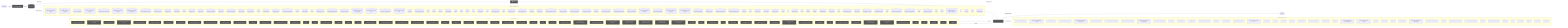
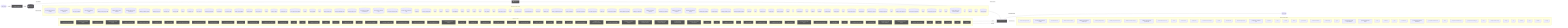
flowchart LR
  UserQ(["👤 User Query"])
  Embed["📐 Embedding Model"]
  VecDB[("📚 Vector Store")]
  Retriever["🔍 Retriever"]
  LLMNode["🧠 LLM / Generator"]
  Output(["✅ Response"])
  UserQ -->|query| Embed
  Embed -->|vector| VecDB
  VecDB -->|top-k chunks| Retriever
  Retriever -->|context + query| LLMNode
  LLMNode -->|generated answer| Output
  subgraph DetectedMemory["Detected memory stores"]
    det_detectedmemory_check_steering_feedback_contract_80134459[("check-steering-feedback-contract")]
    det_detectedmemory_normalize_workflow_contracts_8701f1c8[("normalize-workflow-contracts")]
    det_detectedmemory_sync_codex_preflight_7e7a8dc2[("sync-codex-preflight")]
    det_detectedmemory_test_harness_upgrade_matrix_84113c4e[("test-harness-upgrade-matrix")]
    det_detectedmemory_validate_prompt_context_drift_8c949ef6[("validate-prompt-context-drift")]
    det_detectedmemory_validate_runtime_packet_schemas_bc3ba8ec[("validate-runtime-packet-schemas")]
    det_detectedmemory_validate_system_prompt_gap_adoption_62d8c955[("validate-system-prompt-gap-adoption")]
    det_detectedmemory_validate_workflow_contracts_33dc063c[("validate-workflow-contracts")]
    det_detectedmemory_branch_protect_core_a8feb0fd[("branch-protect-core")]
    det_detectedmemory_ci_migrate_core_7005b5af[("ci-migrate-core")]
    det_detectedmemory_context_health_80bb7da9[("context-health")]
    det_detectedmemory_context_ea7792a2[("context")]
    det_detectedmemory_docs_gate_core_eb9b6c18[("docs-gate-core")]
    det_detectedmemory_index_context_de3ed39d[("index-context")]
    det_detectedmemory_local_memory_preflight_dcc36c42[("local-memory-preflight")]
    det_detectedmemory_memory_gate_a577a506[("memory-gate")]
+     det_detectedmemory_next_runner_state_be6fe997[("next-runner-state")]
    det_detectedmemory_pattern_scope_siblings_43abe000[("pattern-scope-siblings")]
    det_detectedmemory_review_context_ca6cf81d[("review-context")]
    det_detectedmemory_review_gate_core_4c8001f9[("review-gate-core")]
    det_detectedmemory_search_24193290[("search")]
    det_detectedmemory_session_context_e5ec72c0[("session-context")]
    det_detectedmemory_tooling_audit_core_328d6a41[("tooling-audit-core")]
    det_detectedmemory_run_local_memory_preflight_36e92808[("run-local-memory-preflight")]
    det_detectedmemory_checker_d2d2328e[("checker")]
    det_detectedmemory_context_health_1_ceb11829[("context-health")]
    det_detectedmemory_types_2_d9bc6e7a[("types")]
    det_detectedmemory_branch_protect_sync_570adb18[("branch-protect-sync")]
    det_detectedmemory_command_capability_rules_ca3f496a[("command-capability-rules")]
    det_detectedmemory_command_specs_core_1c0ffc99[("command-specs-core")]
    det_detectedmemory_local_memory_preflight_command_spec_9e23f3ce[("local-memory-preflight-command-spec")]
    det_detectedmemory_memory_gate_command_spec_dc9001a9[("memory-gate-command-spec")]
    det_detectedmemory_review_gate_command_spec_3187376a[("review-gate-command-spec")]
    det_detectedmemory_session_context_command_spec_973afbb1[("session-context-command-spec")]
    det_detectedmemory_constants_7517017f[("constants")]
    det_detectedmemory_context_compact_policy_3dcaf95d[("context-compact-policy")]
    det_detectedmemory_index_3_7e40d474[("index")]
    det_detectedmemory_indexer_70fa78e5[("indexer")]
    det_detectedmemory_init_error_5c7dd49f[("init-error")]
    det_detectedmemory_lexical_fallback_723e2b3e[("lexical-fallback")]
    det_detectedmemory_ollama_76e3c7bf[("ollama")]
    det_detectedmemory_rollout_a4fa034c[("rollout")]
    det_detectedmemory_sources_878a52fc[("sources")]
    det_detectedmemory_store_824d80d7[("store")]
    det_detectedmemory_sync_contract_c79fa191[("sync-contract")]
    det_detectedmemory_types_8_f6283648[("types")]
    det_detectedmemory_harness_run_context_ac7c77a9[("harness-run-context")]
    det_detectedmemory_index_4_013aa0e3[("index")]
    det_detectedmemory_json_schema_core_96d7e328[("json-schema-core")]
    det_detectedmemory_policy_validators_core_714a3fe7[("policy-validators-core")]
    det_detectedmemory_types_core_e405ddca[("types-core")]
    det_detectedmemory_validator_core_4358f8ba[("validator-core")]
    det_detectedmemory_archive_candidates_scanner_d0931789[("archive-candidates-scanner")]
    det_detectedmemory_archive_candidates_dc0e40e1[("archive-candidates")]
    det_detectedmemory_docs_task_eval_contract_79347457[("docs-task-eval-contract")]
    det_detectedmemory_docs_task_eval_fixtures_44902755[("docs-task-eval-fixtures")]
    det_detectedmemory_init_modes_c05ceb07[("init-modes")]
    det_detectedmemory_project_brain_templates_7ef51530[("project-brain-templates")]
    det_detectedmemory_scaffold_diagram_templates_dd88e83c[("scaffold-diagram-templates")]
    det_detectedmemory_scaffold_doc_templates_f6152330[("scaffold-doc-templates")]
    det_detectedmemory_scaffold_environment_templates_c1ceba6a[("scaffold-environment-templates")]
    det_detectedmemory_scaffold_hook_templates_8c74ab50[("scaffold-hook-templates")]
    det_detectedmemory_scaffold_root_command_templates_404fed7f[("scaffold-root-command-templates")]
    det_detectedmemory_scaffold_script_template_registry_69312d4e[("scaffold-script-template-registry")]
    det_detectedmemory_scaffold_shell_templates_0ad0f915[("scaffold-shell-templates")]
    det_detectedmemory_scaffold_surfaces_12d6494e[("scaffold-surfaces")]
    det_detectedmemory_scaffold_template_registry_b1cce2aa[("scaffold-template-registry")]
    det_detectedmemory_scaffold_workflow_template_92310587[("scaffold-workflow-template")]
    det_detectedmemory_eval_seed_5699fd3e[("eval-seed")]
    det_detectedmemory_index_10_f6785a46[("index")]
    det_detectedmemory_review_context_1_e3afed15[("review-context")]
    det_detectedmemory_memory_gate_1_265164ac[("memory-gate")]
    det_detectedmemory_branch_enforcer_acb749cd[("branch-enforcer")]
    det_detectedmemory_cli_args_5_09ea29f0[("cli-args")]
    det_detectedmemory_cli_7_dc4a9f7f[("cli")]
    det_detectedmemory_metrics_tracker_98cec29c[("metrics-tracker")]
    det_detectedmemory_types_19_eb4ad5f0[("types")]
    det_detectedmemory_validator_5_b19ac2be[("validator")]
    det_detectedmemory_classifier_fe1991a9[("classifier")]
    det_detectedmemory_tooling_baseline_50ab2eeb[("tooling-baseline")]
    det_detectedmemory_claim_helpers_20dc8387[("claim-helpers")]
    det_detectedmemory_types_24_c63dc1a7[("types")]
    det_detectedmemory_local_memory_smoke_1175abfc[("local-memory-smoke")]
    det_detectedmemory_local_memory_0db17ecc[("local-memory")]
    det_detectedmemory_performance_overload_c685bfcf[("performance-overload")]
    det_detectedmemory_suggestion_generator_0956f794[("suggestion-generator")]
    det_detectedmemory_index_12_762ec91b[("index")]
    det_detectedmemory_prompt_context_drift_report_3257a95c[("prompt-context-drift-report")]
    det_detectedmemory_prompt_context_drift_types_ba6863d4[("prompt-context-drift-types")]
    det_detectedmemory_index_13_97df39c8[("index")]
    det_detectedmemory_prompt_context_receipt_17b862b2[("prompt-context-receipt")]
    det_detectedmemory_types_31_eb363e20[("types")]
    det_detectedmemory_policy_1_fc4198db[("policy")]
    det_detectedmemory_runtime_card_codex_runtime_validation_d8ce9934[("runtime-card-codex-runtime-validation")]
    det_detectedmemory_cli_12_01c06c37[("cli")]
    det_detectedmemory_collector_0736fd5b[("collector")]
    det_detectedmemory_types_34_85e6a0bb[("types")]
    det_detectedmemory_overload_guard_2748c559[("overload-guard")]
  end
  VecDB -. "implemented by" .-> DetectedMemory
  subgraph DetectedLLM["Detected LLM clients"]
    det_detectedllm_check_codex_agent_roles_5bb2e89b["check-codex-agent-roles"]
    det_detectedllm_check_steering_feedback_contract_80134459["check-steering-feedback-contract"]
    det_detectedllm_run_harness_evals_77704768["run-harness-evals"]
    det_detectedllm_validate_decision_request_2e5c325e["validate-decision-request"]
    det_detectedllm_validate_goal_completion_audit_receipt_100d252c["validate-goal-completion-audit-receipt"]
    det_detectedllm_validate_packaged_skill_5e32c890["validate-packaged-skill"]
    det_detectedllm_validate_prompt_context_drift_8c949ef6["validate-prompt-context-drift"]
    det_detectedllm_validate_reviewer_coverage_251efee3["validate-reviewer-coverage"]
    det_detectedllm_validate_system_prompt_gap_adoption_62d8c955["validate-system-prompt-gap-adoption"]
    det_detectedllm_check_environment_core_2c16213f["check-environment-core"]
    det_detectedllm_context_ea7792a2["context"]
    det_detectedllm_index_context_de3ed39d["index-context"]
    det_detectedllm_prompt_gate_c5e9d207["prompt-gate"]
    det_detectedllm_remediate_runner_helpers_929fedcc["remediate-runner-helpers"]
    det_detectedllm_search_24193290["search"]
    det_detectedllm_context_health_1_ceb11829["context-health"]
    det_detectedllm_command_specs_core_1c0ffc99["command-specs-core"]
    det_detectedllm_prompt_gate_command_spec_9a941482["prompt-gate-command-spec"]
    det_detectedllm_constants_7517017f["constants"]
    det_detectedllm_index_3_7e40d474["index"]
    det_detectedllm_indexer_70fa78e5["indexer"]
    det_detectedllm_ollama_76e3c7bf["ollama"]
    det_detectedllm_sync_contract_c79fa191["sync-contract"]
    det_detectedllm_north_star_validators_cfc926ce["north-star-validators"]
    det_detectedllm_hilt_boundary_9b36fb15["hilt-boundary"]
    det_detectedllm_types_10_75e5a4a0["types"]
    det_detectedllm_goal_completion_audit_receipt_validation_9d0f4891["goal-completion-audit-receipt-validation"]
    det_detectedllm_goal_completion_audit_receipt_5e4939c3["goal-completion-audit-receipt"]
    det_detectedllm_index_5_522f772a["index"]
    det_detectedllm_constants_1_a84e15f0["constants"]
    det_detectedllm_types_17_ed30531c["types"]
    det_detectedllm_sensitive_text_7c11f760["sensitive-text"]
    det_detectedllm_pr_template_linked_issue_relationship_a7b61f2c["pr-template-linked-issue-relationship"]
    det_detectedllm_pr_template_validator_rules_20a32d6b["pr-template-validator-rules"]
    det_detectedllm_index_12_762ec91b["index"]
    det_detectedllm_prompt_context_drift_report_3257a95c["prompt-context-drift-report"]
    det_detectedllm_prompt_context_drift_types_ba6863d4["prompt-context-drift-types"]
    det_detectedllm_index_13_97df39c8["index"]
    det_detectedllm_prompt_context_receipt_17b862b2["prompt-context-receipt"]
    det_detectedllm_cli_args_9_9c136878["cli-args"]
    det_detectedllm_cli_11_338a8415["cli"]
    det_detectedllm_sections_4697ef32["sections"]
    det_detectedllm_types_27_4d134744["types"]
    det_detectedllm_validator_7_f836eb0e["validator"]
    det_detectedllm_cli_args_10_861cdd3f["cli-args"]
  end
  LLMNode -. "implemented by" .-> DetectedLLM
  subgraph DetectedTools["Agentic tool calls"]
    det_detectedtools_check_codex_agent_roles_5bb2e89b["🔧 check-codex-agent-roles"]
    det_detectedtools_check_steering_feedback_contract_80134459["🔧 check-steering-feedback-contract"]
    det_detectedtools_run_harness_evals_77704768["🔧 run-harness-evals"]
    det_detectedtools_validate_action_review_receipt_fa2f06c3["🔧 validate-action-review-receipt"]
    det_detectedtools_validate_packaged_skill_5e32c890["🔧 validate-packaged-skill"]
    det_detectedtools_validate_replay_packet_f309747e["🔧 validate-replay-packet"]
    det_detectedtools_ci_migrate_core_7005b5af["🔧 ci-migrate-core"]
    det_detectedtools_doctor_checks_5a2eb2b9["🔧 doctor-checks"]
    det_detectedtools_doctor_github_tool_check_e0a938df["🔧 doctor-github-tool-check"]
    det_detectedtools_doctor_github_tool_checks_a53b0382["🔧 doctor-github-tool-checks"]
    det_detectedtools_doctor_tool_checks_4acac51a["🔧 doctor-tool-checks"]
    det_detectedtools_next_blocked_decisions_4140ad2b["🔧 next-blocked-decisions"]
    det_detectedtools_policy_gate_213f7313["🔧 policy-gate"]
    det_detectedtools_remediate_cli_output_cc165396["🔧 remediate-cli-output"]
    det_detectedtools_remediate_runner_helpers_929fedcc["🔧 remediate-runner-helpers"]
    det_detectedtools_review_gate_core_4c8001f9["🔧 review-gate-core"]
    det_detectedtools_index_1bc04b52["🔧 index"]
    det_detectedtools_types_1_4ecdf56e["🔧 types"]
    det_detectedtools_validation_constants_e002a0f6["🔧 validation-constants"]
    det_detectedtools_validation_98c41dcd["🔧 validation"]
    det_detectedtools_checker_d2d2328e["🔧 checker"]
+     det_detectedtools_shared_state_policy_edc9c4db["🔧 shared-state-policy"]
    det_detectedtools_cli_args_1_6144b055["🔧 cli-args"]
    det_detectedtools_command_capabilities_a4d5c71e["🔧 command-capabilities"]
    det_detectedtools_command_capability_rules_ca3f496a["🔧 command-capability-rules"]
    det_detectedtools_linear_command_actions_e430f4f4["🔧 linear-command-actions"]
    det_detectedtools_linear_command_runner_4a740dfc["🔧 linear-command-runner"]
    det_detectedtools_policy_validators_core_714a3fe7["🔧 policy-validators-core"]
+     det_detectedtools_shared_state_action_validator_e7b128cd["🔧 shared-state-action-validator"]
    det_detectedtools_types_core_e405ddca["🔧 types-core"]
    det_detectedtools_validator_core_4358f8ba["🔧 validator-core"]
    det_detectedtools_validator_helpers_7b927667["🔧 validator-helpers"]
    det_detectedtools_he_phase_exit_core_1148895b["🔧 he-phase-exit-core"]
    det_detectedtools_ralph_runtime_73d63c0e["🔧 ralph-runtime"]
    det_detectedtools_observed_skill_usage_ed7d5930["🔧 observed-skill-usage"]
    det_detectedtools_closure_evidence_aaa31467["🔧 closure-evidence"]
    det_detectedtools_pr_creator_dc6b1ea4["🔧 pr-creator"]
    det_detectedtools_client_948fe603["🔧 client"]
    det_detectedtools_init_output_360dce91["🔧 init-output"]
    det_detectedtools_scaffold_ci_templates_2afd6392["🔧 scaffold-ci-templates"]
    det_detectedtools_scaffold_codex_environment_templates_334fbbed["🔧 scaffold-codex-environment-templates"]
    det_detectedtools_scaffold_config_templates_4b80ce53["🔧 scaffold-config-templates"]
    det_detectedtools_scaffold_environment_templates_c1ceba6a["🔧 scaffold-environment-templates"]
    det_detectedtools_scaffold_github_actions_pr_pipeline_renderer_1ee18de5["🔧 scaffold-github-actions-pr-pipeline-renderer"]
    det_detectedtools_scaffold_github_actions_pr_pipeline_template_e2b85f62["🔧 scaffold-github-actions-pr-pipeline-template"]
    det_detectedtools_scaffold_package_command_template_80e32e83["🔧 scaffold-package-command-template"]
    det_detectedtools_scaffold_release_private_npm_template_075499f8["🔧 scaffold-release-private-npm-template"]
    det_detectedtools_constants_1_a84e15f0["🔧 constants"]
    det_detectedtools_index_9_32dd4d91["🔧 index"]
    det_detectedtools_validation_common_6161e48b["🔧 validation-common"]
    det_detectedtools_cli_7_dc4a9f7f["🔧 cli"]
    det_detectedtools_metrics_tracker_98cec29c["🔧 metrics-tracker"]
    det_detectedtools_normalise_renderer_85f2e563["🔧 normalise-renderer"]
    det_detectedtools_evaluation_engine_core_e054fe49["🔧 evaluation-engine-core"]
    det_detectedtools_tooling_baseline_50ab2eeb["🔧 tooling-baseline"]
    det_detectedtools_prompt_context_drift_report_3257a95c["🔧 prompt-context-drift-report"]
    det_detectedtools_prompt_context_drift_types_ba6863d4["🔧 prompt-context-drift-types"]
    det_detectedtools_replay_packet_a1293f88["🔧 replay-packet"]
    det_detectedtools_index_14_d982116c["🔧 index"]
    det_detectedtools_review_lifecycle_contract_e5447221["🔧 review-lifecycle-contract"]
    det_detectedtools_review_lifecycle_89afa64c["🔧 review-lifecycle"]
    det_detectedtools_runtime_card_codex_runtime_validation_d8ce9934["🔧 runtime-card-codex-runtime-validation"]
    det_detectedtools_runtime_card_codex_runtime_0655e230["🔧 runtime-card-codex-runtime"]
    det_detectedtools_runtime_evidence_bundle_d471a232["🔧 runtime-evidence-bundle"]
    det_detectedtools_types_36_674380ec["🔧 types"]
    det_detectedtools_index_17_642943a2["🔧 index"]
    det_detectedtools_projection_1b250ea1["🔧 projection"]
    det_detectedtools_types_38_e8efcd57["🔧 types"]
    det_detectedtools_validation_7_c4e6d8b6["🔧 validation"]
  end
  LLMNode -->|tool use| DetectedTools
  DetectedTools -->|result| LLMNode
  classDef memNode fill:#555,color:#fff
  class VecDB,Retriever memNode
  classDef llmNode fill:#555,color:#fff
  class LLMNode,Embed llmNode
  classDef toolNode fill:#555,color:#fff
-   class det_detectedtools_check_codex_agent_roles_5bb2e89b,det_detectedtools_check_steering_feedback_contract_80134459,det_detectedtools_run_harness_evals_77704768,det_detectedtools_validate_action_review_receipt_fa2f06c3,det_detectedtools_validate_packaged_skill_5e32c890,det_detectedtools_validate_replay_packet_f309747e,det_detectedtools_ci_migrate_core_7005b5af,det_detectedtools_doctor_checks_5a2eb2b9,det_detectedtools_doctor_github_tool_check_e0a938df,det_detectedtools_doctor_github_tool_checks_a53b0382,det_detectedtools_doctor_tool_checks_4acac51a,det_detectedtools_next_blocked_decisions_4140ad2b,det_detectedtools_policy_gate_213f7313,det_detectedtools_remediate_cli_output_cc165396,det_detectedtools_remediate_runner_helpers_929fedcc,det_detectedtools_review_gate_core_4c8001f9,det_detectedtools_index_1bc04b52,det_detectedtools_types_1_4ecdf56e,det_detectedtools_validation_constants_e002a0f6,det_detectedtools_validation_98c41dcd,det_detectedtools_checker_d2d2328e,det_detectedtools_cli_args_1_6144b055,det_detectedtools_command_capabilities_a4d5c71e,det_detectedtools_command_capability_rules_ca3f496a,det_detectedtools_linear_command_actions_e430f4f4,det_detectedtools_linear_command_runner_4a740dfc,det_detectedtools_policy_validators_core_714a3fe7,det_detectedtools_types_core_e405ddca,det_detectedtools_validator_core_4358f8ba,det_detectedtools_validator_helpers_7b927667,det_detectedtools_he_phase_exit_core_1148895b,det_detectedtools_ralph_runtime_73d63c0e,det_detectedtools_observed_skill_usage_ed7d5930,det_detectedtools_closure_evidence_aaa31467,det_detectedtools_pr_creator_dc6b1ea4,det_detectedtools_client_948fe603,det_detectedtools_init_output_360dce91,det_detectedtools_scaffold_ci_templates_2afd6392,det_detectedtools_scaffold_codex_environment_templates_334fbbed,det_detectedtools_scaffold_config_templates_4b80ce53,det_detectedtools_scaffold_environment_templates_c1ceba6a,det_detectedtools_scaffold_github_actions_pr_pipeline_renderer_1ee18de5,det_detectedtools_scaffold_github_actions_pr_pipeline_template_e2b85f62,det_detectedtools_scaffold_package_command_template_80e32e83,det_detectedtools_scaffold_release_private_npm_template_075499f8,det_detectedtools_constants_1_a84e15f0,det_detectedtools_index_9_32dd4d91,det_detectedtools_validation_common_6161e48b,det_detectedtools_cli_7_dc4a9f7f,det_detectedtools_metrics_tracker_98cec29c,det_detectedtools_normalise_renderer_85f2e563,det_detectedtools_evaluation_engine_core_e054fe49,det_detectedtools_tooling_baseline_50ab2eeb,det_detectedtools_prompt_context_drift_report_3257a95c,det_detectedtools_prompt_context_drift_types_ba6863d4,det_detectedtools_replay_packet_a1293f88,det_detectedtools_index_14_d982116c,det_detectedtools_review_lifecycle_contract_e5447221,det_detectedtools_review_lifecycle_89afa64c,det_detectedtools_runtime_card_codex_runtime_validation_d8ce9934,det_detectedtools_runtime_card_codex_runtime_0655e230,det_detectedtools_runtime_evidence_bundle_d471a232,det_detectedtools_types_36_674380ec,det_detectedtools_index_17_642943a2,det_detectedtools_projection_1b250ea1,det_detectedtools_types_38_e8efcd57,det_detectedtools_validation_7_c4e6d8b6 toolNode
+   class det_detectedtools_check_codex_agent_roles_5bb2e89b,det_detectedtools_check_steering_feedback_contract_80134459,det_detectedtools_run_harness_evals_77704768,det_detectedtools_validate_action_review_receipt_fa2f06c3,det_detectedtools_validate_packaged_skill_5e32c890,det_detectedtools_validate_replay_packet_f309747e,det_detectedtools_ci_migrate_core_7005b5af,det_detectedtools_doctor_checks_5a2eb2b9,det_detectedtools_doctor_github_tool_check_e0a938df,det_detectedtools_doctor_github_tool_checks_a53b0382,det_detectedtools_doctor_tool_checks_4acac51a,det_detectedtools_next_blocked_decisions_4140ad2b,det_detectedtools_policy_gate_213f7313,det_detectedtools_remediate_cli_output_cc165396,det_detectedtools_remediate_runner_helpers_929fedcc,det_detectedtools_review_gate_core_4c8001f9,det_detectedtools_index_1bc04b52,det_detectedtools_types_1_4ecdf56e,det_detectedtools_validation_constants_e002a0f6,det_detectedtools_validation_98c41dcd,det_detectedtools_checker_d2d2328e,det_detectedtools_shared_state_policy_edc9c4db,det_detectedtools_cli_args_1_6144b055,det_detectedtools_command_capabilities_a4d5c71e,det_detectedtools_command_capability_rules_ca3f496a,det_detectedtools_linear_command_actions_e430f4f4,det_detectedtools_linear_command_runner_4a740dfc,det_detectedtools_policy_validators_core_714a3fe7,det_detectedtools_shared_state_action_validator_e7b128cd,det_detectedtools_types_core_e405ddca,det_detectedtools_validator_core_4358f8ba,det_detectedtools_validator_helpers_7b927667,det_detectedtools_he_phase_exit_core_1148895b,det_detectedtools_ralph_runtime_73d63c0e,det_detectedtools_observed_skill_usage_ed7d5930,det_detectedtools_closure_evidence_aaa31467,det_detectedtools_pr_creator_dc6b1ea4,det_detectedtools_client_948fe603,det_detectedtools_init_output_360dce91,det_detectedtools_scaffold_ci_templates_2afd6392,det_detectedtools_scaffold_codex_environment_templates_334fbbed,det_detectedtools_scaffold_config_templates_4b80ce53,det_detectedtools_scaffold_environment_templates_c1ceba6a,det_detectedtools_scaffold_github_actions_pr_pipeline_renderer_1ee18de5,det_detectedtools_scaffold_github_actions_pr_pipeline_template_e2b85f62,det_detectedtools_scaffold_package_command_template_80e32e83,det_detectedtools_scaffold_release_private_npm_template_075499f8,det_detectedtools_constants_1_a84e15f0,det_detectedtools_index_9_32dd4d91,det_detectedtools_validation_common_6161e48b,det_detectedtools_cli_7_dc4a9f7f,det_detectedtools_metrics_tracker_98cec29c,det_detectedtools_normalise_renderer_85f2e563,det_detectedtools_evaluation_engine_core_e054fe49,det_detectedtools_tooling_baseline_50ab2eeb,det_detectedtools_prompt_context_drift_report_3257a95c,det_detectedtools_prompt_context_drift_types_ba6863d4,det_detectedtools_replay_packet_a1293f88,det_detectedtools_index_14_d982116c,det_detectedtools_review_lifecycle_contract_e5447221,det_detectedtools_review_lifecycle_89afa64c,det_detectedtools_runtime_card_codex_runtime_validation_d8ce9934,det_detectedtools_runtime_card_codex_runtime_0655e230,det_detectedtools_runtime_evidence_bundle_d471a232,det_detectedtools_types_36_674380ec,det_detectedtools_index_17_642943a2,det_detectedtools_projection_1b250ea1,det_detectedtools_types_38_e8efcd57,det_detectedtools_validation_7_c4e6d8b6 toolNode
